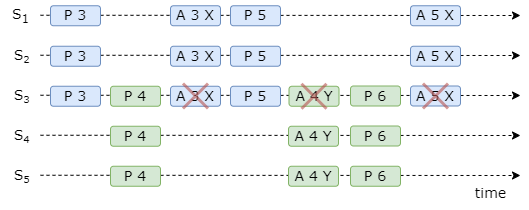
guxdong/imgrepo keeps this draw.io diagram as distributed_system/活锁问题示例.drawio.png. Above is the earlier version. Source tidied: cells renumbered, new cells last; positions are measured from the earlier drawing's top-left corner, leaving out a move shared by most shapes.
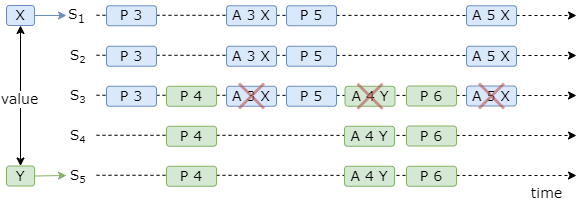
Later version of the same file.

Commit message:
更新活锁问题示例.drawio.png

What changed in the source:
```diff
@@ -122,5 +122,27 @@
     <mxCell id="36" value="&lt;font face=&quot;Verdana&quot; style=&quot;font-size: 14px;&quot;&gt;time&lt;/font&gt;" style="text;html=1;align=center;verticalAlign=middle;strokeColor=none;fillColor=none;" parent="1" vertex="1">
       <mxGeometry x="465" y="175" width="50" height="35" as="geometry" />
     </mxCell>
+    <mxCell id="37" value="&lt;font style=&quot;font-size: 14px;&quot; face=&quot;Verdana&quot;&gt;X&lt;/font&gt;" style="rounded=1;whiteSpace=wrap;html=1;fillColor=#dae8fc;strokeColor=#6c8ebf;" parent="1" vertex="1">
+      <mxGeometry x="-50" y="5" width="28" height="20" as="geometry" />
+    </mxCell>
+    <mxCell id="38" value="&lt;font style=&quot;font-size: 14px;&quot; face=&quot;Verdana&quot;&gt;Y&lt;/font&gt;" style="rounded=1;whiteSpace=wrap;html=1;fillColor=#d5e8d4;strokeColor=#82b366;" parent="1" vertex="1">
+      <mxGeometry x="-50" y="165.5" width="28" height="20" as="geometry" />
+    </mxCell>
+    <mxCell id="39" style="endArrow=classic;html=1;rounded=0;exitX=1;exitY=0.5;exitDx=0;exitDy=0;fillColor=#dae8fc;strokeColor=#6c8ebf;" parent="1" edge="1" source="37">
+      <mxGeometry relative="1" as="geometry">
+        <mxPoint x="10" y="15" as="targetPoint" />
+      </mxGeometry>
+    </mxCell>
+    <mxCell id="40" style="endArrow=classic;html=1;rounded=0;exitX=1;exitY=0.5;exitDx=0;exitDy=0;fillColor=#d5e8d4;strokeColor=#82b366;" parent="1" edge="1" source="38">
+      <mxGeometry relative="1" as="geometry">
+        <mxPoint x="10" y="175" as="targetPoint" />
+      </mxGeometry>
+    </mxCell>
+    <mxCell id="41" style="endArrow=classic;startArrow=classic;html=1;rounded=0;entryX=0.5;entryY=1;entryDx=0;entryDy=0;exitX=0.5;exitY=0;exitDx=0;exitDy=0;" parent="1" edge="1" source="38" target="37">
+      <mxGeometry relative="1" as="geometry" />
+    </mxCell>
+    <mxCell id="42" value="&lt;font face=&quot;Verdana&quot; style=&quot;font-size: 14px;&quot;&gt;value&lt;/font&gt;" style="edgeLabel;html=1;align=center;verticalAlign=middle;" parent="41" vertex="1">
+      <mxGeometry x="-0.04" y="2" relative="1" as="geometry" />
+    </mxCell>
   </root>
 </mxGraphModel>
```
